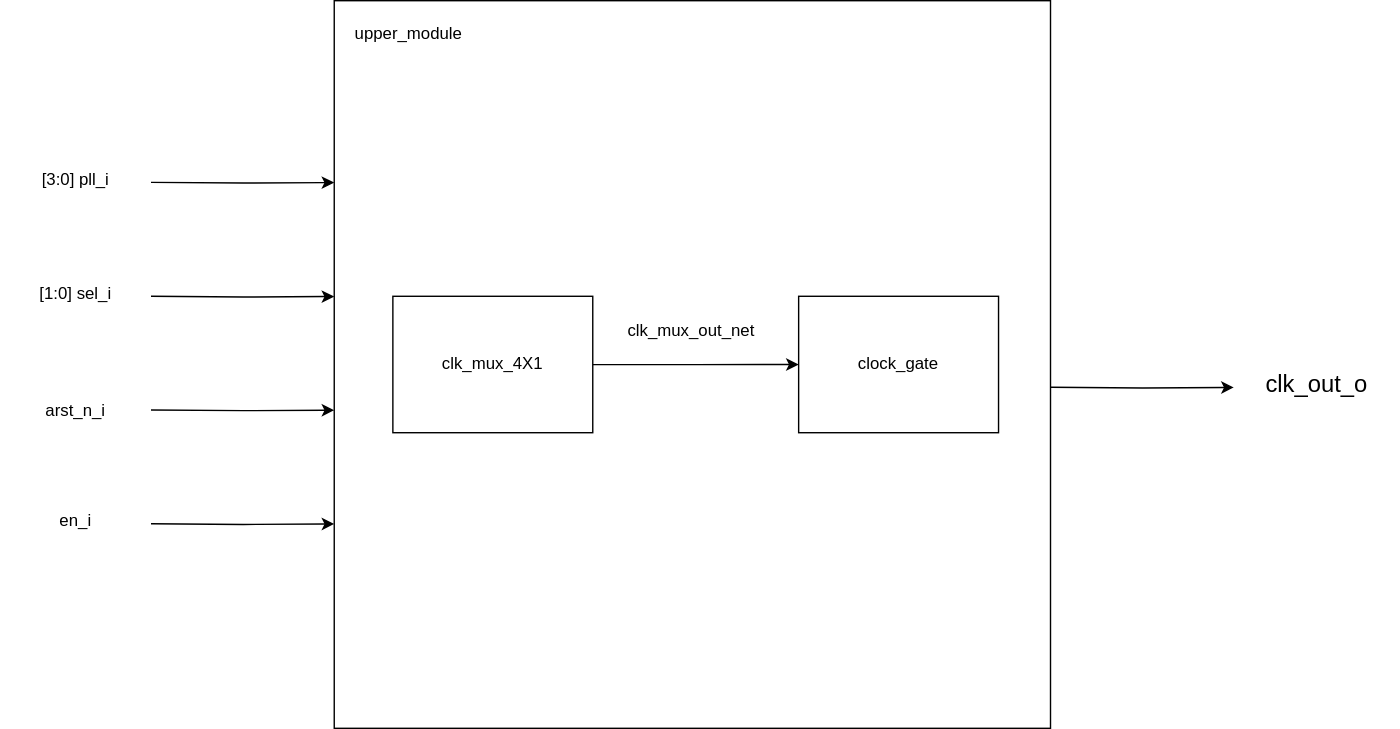
The draw.io diagram docs/upper_module.svg in foez-ahmed-dsi/CRG_20240212, before a commit. Source tidied: cells renumbered, new cells last; positions are measured from the earlier drawing's top-left corner, leaving out a move shared by most shapes. Source of this version:
```xml
<mxGraphModel>
  <root>
    <mxCell id="0" />
    <mxCell id="1" parent="0" />
    <mxCell id="2" style="edgeStyle=orthogonalEdgeStyle;rounded=0;jettySize=auto;html=1;exitX=0;exitY=0.25;exitDx=0;exitDy=0;entryX=0;entryY=0.25;entryDx=0;entryDy=0;" parent="1" edge="1" target="3">
      <mxGeometry relative="1" as="geometry">
        <mxPoint x="107.1" y="129.8" as="sourcePoint" />
      </mxGeometry>
    </mxCell>
    <mxCell id="3" style="rounded=0;whiteSpace=wrap;html=1;" parent="1" vertex="1">
      <mxGeometry x="238.1" width="511.9" height="520" as="geometry" />
    </mxCell>
    <mxCell id="4" value="upper_module" style="text;html=1;align=center;verticalAlign=middle;whiteSpace=wrap;rounded=0;" parent="1" vertex="1">
      <mxGeometry x="238.1" width="107.1" height="48.7" as="geometry" />
    </mxCell>
    <mxCell id="5" style="edgeStyle=orthogonalEdgeStyle;rounded=0;orthogonalLoop=1;jettySize=auto;html=1;exitX=0;exitY=0.25;exitDx=0;exitDy=0;entryX=0;entryY=0.25;entryDx=0;entryDy=0;" parent="1" edge="1">
      <mxGeometry relative="1" as="geometry">
        <mxPoint x="107.1" y="211.3" as="sourcePoint" />
        <mxPoint x="238.1" y="211.4" as="targetPoint" />
      </mxGeometry>
    </mxCell>
    <mxCell id="6" style="edgeStyle=orthogonalEdgeStyle;rounded=0;orthogonalLoop=1;jettySize=auto;html=1;exitX=0;exitY=0.25;exitDx=0;exitDy=0;entryX=0;entryY=0.25;entryDx=0;entryDy=0;" parent="1" edge="1">
      <mxGeometry relative="1" as="geometry">
        <mxPoint x="107.1" y="292.5" as="sourcePoint" />
        <mxPoint x="238.1" y="292.7" as="targetPoint" />
      </mxGeometry>
    </mxCell>
    <mxCell id="7" style="edgeStyle=orthogonalEdgeStyle;rounded=0;orthogonalLoop=1;jettySize=auto;html=1;exitX=0;exitY=0.25;exitDx=0;exitDy=0;entryX=0;entryY=0.25;entryDx=0;entryDy=0;" parent="1" edge="1">
      <mxGeometry relative="1" as="geometry">
        <mxPoint x="107.1" y="373.8" as="sourcePoint" />
        <mxPoint x="238.1" y="373.9" as="targetPoint" />
      </mxGeometry>
    </mxCell>
    <mxCell id="8" value="[3:0] pll_i" style="text;html=1;align=center;verticalAlign=middle;whiteSpace=wrap;rounded=0;" parent="1" vertex="1">
      <mxGeometry y="104" width="107.1" height="48.7" as="geometry" />
    </mxCell>
    <mxCell id="9" value="[1:0] sel_i" style="text;html=1;align=center;verticalAlign=middle;whiteSpace=wrap;rounded=0;" parent="1" vertex="1">
      <mxGeometry y="185.2" width="107.1" height="48.7" as="geometry" />
    </mxCell>
    <mxCell id="10" value="arst_n_i" style="text;html=1;align=center;verticalAlign=middle;whiteSpace=wrap;rounded=0;" parent="1" vertex="1">
      <mxGeometry y="268.1" width="107.1" height="48.7" as="geometry" />
    </mxCell>
    <mxCell id="11" value="en_i" style="text;html=1;align=center;verticalAlign=middle;whiteSpace=wrap;rounded=0;" parent="1" vertex="1">
      <mxGeometry y="347.8" width="107.1" height="48.7" as="geometry" />
    </mxCell>
    <mxCell id="12" style="edgeStyle=orthogonalEdgeStyle;rounded=0;orthogonalLoop=1;jettySize=auto;html=1;exitX=0;exitY=0.25;exitDx=0;exitDy=0;entryX=0;entryY=0.25;entryDx=0;entryDy=0;" parent="1" edge="1">
      <mxGeometry relative="1" as="geometry">
        <mxPoint x="750" y="276.3" as="sourcePoint" />
        <mxPoint x="881" y="276.4" as="targetPoint" />
      </mxGeometry>
    </mxCell>
    <mxCell id="13" value="&lt;font style=&quot;font-size: 17px;&quot;&gt;clk_out_o&lt;/font&gt;" style="text;html=1;align=center;verticalAlign=middle;whiteSpace=wrap;rounded=0;" parent="1" vertex="1">
      <mxGeometry x="881" y="250.2" width="119" height="48.7" as="geometry" />
    </mxCell>
    <mxCell id="14" style="edgeStyle=orthogonalEdgeStyle;rounded=0;jettySize=auto;html=1;entryX=0;entryY=0.5;entryDx=0;entryDy=0;" parent="1" edge="1" source="15" target="16">
      <mxGeometry relative="1" as="geometry" />
    </mxCell>
    <mxCell id="15" value="clk_mux_4X1" style="rounded=0;whiteSpace=wrap;html=1;" parent="1" vertex="1">
      <mxGeometry x="280" y="211.2" width="142.9" height="97.5" as="geometry" />
    </mxCell>
    <mxCell id="16" value="clock_gate" style="rounded=0;whiteSpace=wrap;html=1;" parent="1" vertex="1">
      <mxGeometry x="570" y="211.2" width="142.9" height="97.5" as="geometry" />
    </mxCell>
    <mxCell id="17" value="clk_mux_out_net" style="text;html=1;align=center;verticalAlign=middle;whiteSpace=wrap;rounded=0;" parent="1" vertex="1">
      <mxGeometry x="440.5" y="211.2" width="107.1" height="48.7" as="geometry" />
    </mxCell>
  </root>
</mxGraphModel>
```
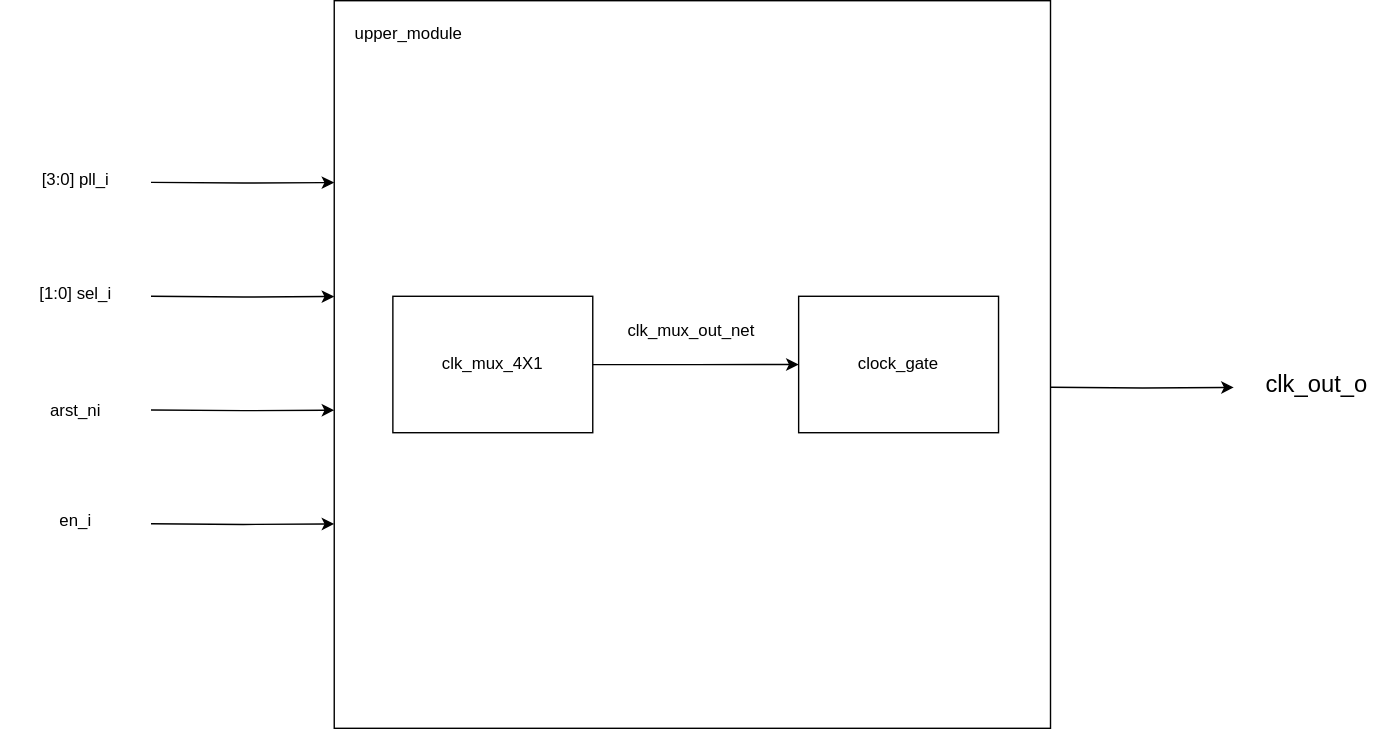
After the change.

What changed in the source:
```diff
@@ -37,7 +37,7 @@
     <mxCell id="9" value="[1:0] sel_i" style="text;html=1;align=center;verticalAlign=middle;whiteSpace=wrap;rounded=0;" parent="1" vertex="1">
       <mxGeometry y="185.2" width="107.1" height="48.7" as="geometry" />
     </mxCell>
-    <mxCell id="10" value="arst_n_i" style="text;html=1;align=center;verticalAlign=middle;whiteSpace=wrap;rounded=0;" parent="1" vertex="1">
+    <mxCell id="10" value="arst_ni" style="text;html=1;align=center;verticalAlign=middle;whiteSpace=wrap;rounded=0;" parent="1" vertex="1">
       <mxGeometry y="268.1" width="107.1" height="48.7" as="geometry" />
     </mxCell>
     <mxCell id="11" value="en_i" style="text;html=1;align=center;verticalAlign=middle;whiteSpace=wrap;rounded=0;" parent="1" vertex="1">
```
